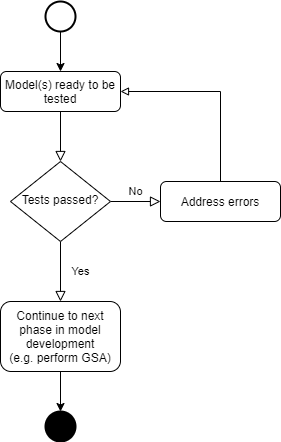
Above: figures/testing_workflow.png in ConnectedSystems/diagnostic-sa (draw.io), before the change. Source tidied: cells renumbered, new cells last; positions are measured from the earlier drawing's top-left corner, leaving out a move shared by most shapes. Source of this version:
```xml
<mxGraphModel>
  <root>
    <mxCell id="0" />
    <mxCell id="1" parent="0" />
    <mxCell id="2" style="rounded=0;html=1;jettySize=auto;fontSize=11;endArrow=block;endFill=0;endSize=8;strokeWidth=1;shadow=0;labelBackgroundColor=none;edgeStyle=orthogonalEdgeStyle;" parent="1" edge="1" source="3" target="6">
      <mxGeometry relative="1" as="geometry" />
    </mxCell>
    <mxCell id="3" value="Model(s) ready to be tested" style="rounded=1;whiteSpace=wrap;html=1;fontSize=12;glass=0;strokeWidth=1;shadow=0;" parent="1" vertex="1">
      <mxGeometry y="70" width="120" height="40" as="geometry" />
    </mxCell>
    <mxCell id="4" value="Yes" style="rounded=0;html=1;jettySize=auto;fontSize=11;endArrow=block;endFill=0;endSize=8;strokeWidth=1;shadow=0;labelBackgroundColor=none;edgeStyle=orthogonalEdgeStyle;entryX=0.5;entryY=0;entryDx=0;entryDy=0;" parent="1" edge="1" source="6">
      <mxGeometry y="20" relative="1" as="geometry">
        <mxPoint x="60" y="300" as="targetPoint" />
      </mxGeometry>
    </mxCell>
    <mxCell id="5" value="No" style="edgeStyle=orthogonalEdgeStyle;rounded=0;html=1;jettySize=auto;fontSize=11;endArrow=block;endFill=0;endSize=8;strokeWidth=1;shadow=0;labelBackgroundColor=none;" parent="1" edge="1" source="6" target="8">
      <mxGeometry y="10" relative="1" as="geometry" />
    </mxCell>
    <mxCell id="6" value="Tests passed?" style="rhombus;whiteSpace=wrap;html=1;shadow=0;fontFamily=Helvetica;fontSize=12;align=center;strokeWidth=1;spacing=6;spacingTop=-4;" parent="1" vertex="1">
      <mxGeometry x="10" y="160" width="100" height="80" as="geometry" />
    </mxCell>
    <mxCell id="7" style="edgeStyle=orthogonalEdgeStyle;rounded=0;jettySize=auto;html=1;exitX=0.5;exitY=0;exitDx=0;exitDy=0;entryX=1;entryY=0.5;entryDx=0;entryDy=0;endArrow=block;endFill=0;" parent="1" edge="1" source="8" target="3">
      <mxGeometry relative="1" as="geometry" />
    </mxCell>
    <mxCell id="8" value="Address errors" style="rounded=1;whiteSpace=wrap;html=1;fontSize=12;glass=0;strokeWidth=1;shadow=0;" parent="1" vertex="1">
      <mxGeometry x="160" y="180" width="120" height="40" as="geometry" />
    </mxCell>
    <mxCell id="9" style="edgeStyle=orthogonalEdgeStyle;rounded=0;jettySize=auto;html=1;exitX=0.5;exitY=1;exitDx=0;exitDy=0;entryX=0.5;entryY=0;entryDx=0;entryDy=0;entryPerimeter=0;" parent="1" edge="1" source="10" target="13">
      <mxGeometry relative="1" as="geometry" />
    </mxCell>
    <mxCell id="10" value="Continue to next phase in model development&lt;br&gt;(e.g. perform GSA)" style="rounded=1;whiteSpace=wrap;html=1;fontSize=12;glass=0;strokeWidth=1;shadow=0;" parent="1" vertex="1">
      <mxGeometry y="300" width="120" height="70" as="geometry" />
    </mxCell>
    <mxCell id="11" style="edgeStyle=orthogonalEdgeStyle;rounded=0;jettySize=auto;html=1;exitX=0.5;exitY=1;exitDx=0;exitDy=0;exitPerimeter=0;entryX=0.5;entryY=0;entryDx=0;entryDy=0;" parent="1" edge="1" source="12" target="3">
      <mxGeometry relative="1" as="geometry" />
    </mxCell>
    <mxCell id="12" style="strokeWidth=2;html=1;shape=mxgraph.flowchart.start_2;whiteSpace=wrap;" parent="1" vertex="1">
      <mxGeometry x="45" width="30" height="30" as="geometry" />
    </mxCell>
    <mxCell id="13" style="strokeWidth=2;html=1;shape=mxgraph.flowchart.start_2;whiteSpace=wrap;fillColor=#000000;" parent="1" vertex="1">
      <mxGeometry x="45" y="410" width="30" height="30" as="geometry" />
    </mxCell>
  </root>
</mxGraphModel>
```
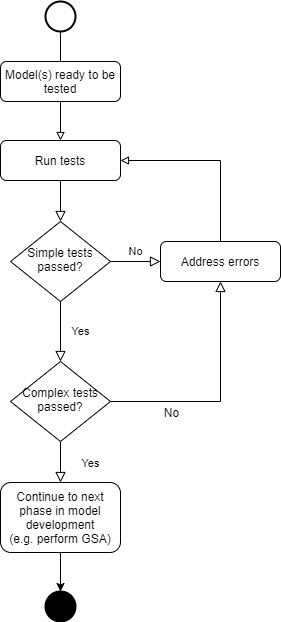
The same diagram one commit later.

Diff of the diagram source:
```diff
@@ -5,8 +5,8 @@
     <mxCell id="2" style="rounded=0;html=1;jettySize=auto;fontSize=11;endArrow=block;endFill=0;endSize=8;strokeWidth=1;shadow=0;labelBackgroundColor=none;edgeStyle=orthogonalEdgeStyle;" parent="1" edge="1" source="3" target="6">
       <mxGeometry relative="1" as="geometry" />
     </mxCell>
-    <mxCell id="3" value="Model(s) ready to be tested" style="rounded=1;whiteSpace=wrap;html=1;fontSize=12;glass=0;strokeWidth=1;shadow=0;" parent="1" vertex="1">
-      <mxGeometry y="70" width="120" height="40" as="geometry" />
+    <mxCell id="3" value="Run tests" style="rounded=1;whiteSpace=wrap;html=1;fontSize=12;glass=0;strokeWidth=1;shadow=0;" parent="1" vertex="1">
+      <mxGeometry y="79" width="120" height="40" as="geometry" />
     </mxCell>
     <mxCell id="4" value="Yes" style="rounded=0;html=1;jettySize=auto;fontSize=11;endArrow=block;endFill=0;endSize=8;strokeWidth=1;shadow=0;labelBackgroundColor=none;edgeStyle=orthogonalEdgeStyle;entryX=0.5;entryY=0;entryDx=0;entryDy=0;" parent="1" edge="1" source="6">
       <mxGeometry y="20" relative="1" as="geometry">
@@ -16,7 +16,7 @@
     <mxCell id="5" value="No" style="edgeStyle=orthogonalEdgeStyle;rounded=0;html=1;jettySize=auto;fontSize=11;endArrow=block;endFill=0;endSize=8;strokeWidth=1;shadow=0;labelBackgroundColor=none;" parent="1" edge="1" source="6" target="8">
       <mxGeometry y="10" relative="1" as="geometry" />
     </mxCell>
-    <mxCell id="6" value="Tests passed?" style="rhombus;whiteSpace=wrap;html=1;shadow=0;fontFamily=Helvetica;fontSize=12;align=center;strokeWidth=1;spacing=6;spacingTop=-4;" parent="1" vertex="1">
+    <mxCell id="6" value="Simple tests passed?" style="rhombus;whiteSpace=wrap;html=1;shadow=0;fontFamily=Helvetica;fontSize=12;align=center;strokeWidth=1;spacing=6;spacingTop=-4;" parent="1" vertex="1">
       <mxGeometry x="10" y="160" width="100" height="80" as="geometry" />
     </mxCell>
     <mxCell id="7" style="edgeStyle=orthogonalEdgeStyle;rounded=0;jettySize=auto;html=1;exitX=0.5;exitY=0;exitDx=0;exitDy=0;entryX=1;entryY=0.5;entryDx=0;entryDy=0;endArrow=block;endFill=0;" parent="1" edge="1" source="8" target="3">
@@ -25,20 +25,47 @@
     <mxCell id="8" value="Address errors" style="rounded=1;whiteSpace=wrap;html=1;fontSize=12;glass=0;strokeWidth=1;shadow=0;" parent="1" vertex="1">
       <mxGeometry x="160" y="180" width="120" height="40" as="geometry" />
     </mxCell>
-    <mxCell id="9" style="edgeStyle=orthogonalEdgeStyle;rounded=0;jettySize=auto;html=1;exitX=0.5;exitY=1;exitDx=0;exitDy=0;entryX=0.5;entryY=0;entryDx=0;entryDy=0;entryPerimeter=0;" parent="1" edge="1" source="10" target="13">
-      <mxGeometry relative="1" as="geometry" />
+    <mxCell id="9" style="edgeStyle=orthogonalEdgeStyle;rounded=0;jettySize=auto;html=1;exitX=0.5;exitY=1;exitDx=0;exitDy=0;exitPerimeter=0;" parent="1" edge="1" source="10">
+      <mxGeometry relative="1" as="geometry">
+        <mxPoint x="60" y="10" as="targetPoint" />
+      </mxGeometry>
     </mxCell>
-    <mxCell id="10" value="Continue to next phase in model development&lt;br&gt;(e.g. perform GSA)" style="rounded=1;whiteSpace=wrap;html=1;fontSize=12;glass=0;strokeWidth=1;shadow=0;" parent="1" vertex="1">
-      <mxGeometry y="300" width="120" height="70" as="geometry" />
+    <mxCell id="10" style="strokeWidth=2;html=1;shape=mxgraph.flowchart.start_2;whiteSpace=wrap;" parent="1" vertex="1">
+      <mxGeometry x="45" y="-60" width="30" height="30" as="geometry" />
     </mxCell>
-    <mxCell id="11" style="edgeStyle=orthogonalEdgeStyle;rounded=0;jettySize=auto;html=1;exitX=0.5;exitY=1;exitDx=0;exitDy=0;exitPerimeter=0;entryX=0.5;entryY=0;entryDx=0;entryDy=0;" parent="1" edge="1" source="12" target="3">
+    <mxCell id="11" style="edgeStyle=orthogonalEdgeStyle;rounded=0;jettySize=auto;html=1;exitX=0.5;exitY=1;exitDx=0;exitDy=0;entryX=0.5;entryY=0;entryDx=0;entryDy=0;entryPerimeter=0;" parent="1" edge="1" source="12" target="13">
       <mxGeometry relative="1" as="geometry" />
     </mxCell>
-    <mxCell id="12" style="strokeWidth=2;html=1;shape=mxgraph.flowchart.start_2;whiteSpace=wrap;" parent="1" vertex="1">
-      <mxGeometry x="45" width="30" height="30" as="geometry" />
+    <mxCell id="12" value="Continue to next phase in model development&lt;br&gt;(e.g. perform GSA)" style="rounded=1;whiteSpace=wrap;html=1;fontSize=12;glass=0;strokeWidth=1;shadow=0;" parent="1" vertex="1">
+      <mxGeometry y="421" width="120" height="70" as="geometry" />
     </mxCell>
     <mxCell id="13" style="strokeWidth=2;html=1;shape=mxgraph.flowchart.start_2;whiteSpace=wrap;fillColor=#000000;" parent="1" vertex="1">
-      <mxGeometry x="45" y="410" width="30" height="30" as="geometry" />
+      <mxGeometry x="45" y="530" width="30" height="30" as="geometry" />
     </mxCell>
+    <mxCell id="14" value="Yes" style="edgeStyle=orthogonalEdgeStyle;rounded=0;jettySize=auto;html=1;exitX=0.5;exitY=1;exitDx=0;exitDy=0;entryX=0.5;entryY=0;entryDx=0;entryDy=0;endArrow=block;endFill=0;endSize=8;" parent="1" edge="1" source="17" target="12">
+      <mxGeometry x="0.08" y="30" relative="1" as="geometry">
+        <Array as="points">
+          <mxPoint x="60" y="410" />
+          <mxPoint x="60" y="410" />
+        </Array>
+      </mxGeometry>
+    </mxCell>
+    <mxCell id="15" style="edgeStyle=orthogonalEdgeStyle;rounded=0;jettySize=auto;html=1;exitX=1;exitY=0.5;exitDx=0;exitDy=0;entryX=0.5;entryY=1;entryDx=0;entryDy=0;endArrow=block;endFill=0;endSize=8;" parent="1" edge="1" source="17" target="8">
+      <mxGeometry relative="1" as="geometry" />
+    </mxCell>
+    <mxCell id="16" value="No" style="text;html=1;align=center;verticalAlign=middle;labelBackgroundColor=#ffffff;" parent="15" vertex="1">
+      <mxGeometry x="-0.32" y="2" relative="1" as="geometry">
+        <mxPoint x="-18" y="12" as="offset" />
+      </mxGeometry>
+    </mxCell>
+    <mxCell id="17" value="Complex tests passed?" style="rhombus;whiteSpace=wrap;html=1;shadow=0;fontFamily=Helvetica;fontSize=12;align=center;strokeWidth=1;spacing=6;spacingTop=-4;" parent="1" vertex="1">
+      <mxGeometry x="10" y="300" width="100" height="80" as="geometry" />
+    </mxCell>
+    <mxCell id="18" style="edgeStyle=orthogonalEdgeStyle;rounded=0;jettySize=auto;html=1;exitX=0.5;exitY=1;exitDx=0;exitDy=0;entryX=0.5;entryY=0;entryDx=0;entryDy=0;endArrow=block;endFill=0;" parent="1" edge="1" source="19" target="3">
+      <mxGeometry relative="1" as="geometry" />
+    </mxCell>
+    <mxCell id="19" value="Model(s) ready to be tested" style="rounded=1;whiteSpace=wrap;html=1;fontSize=12;glass=0;strokeWidth=1;shadow=0;" parent="1" vertex="1">
+      <mxGeometry width="120" height="40" as="geometry" />
+    </mxCell>
   </root>
 </mxGraphModel>
```
